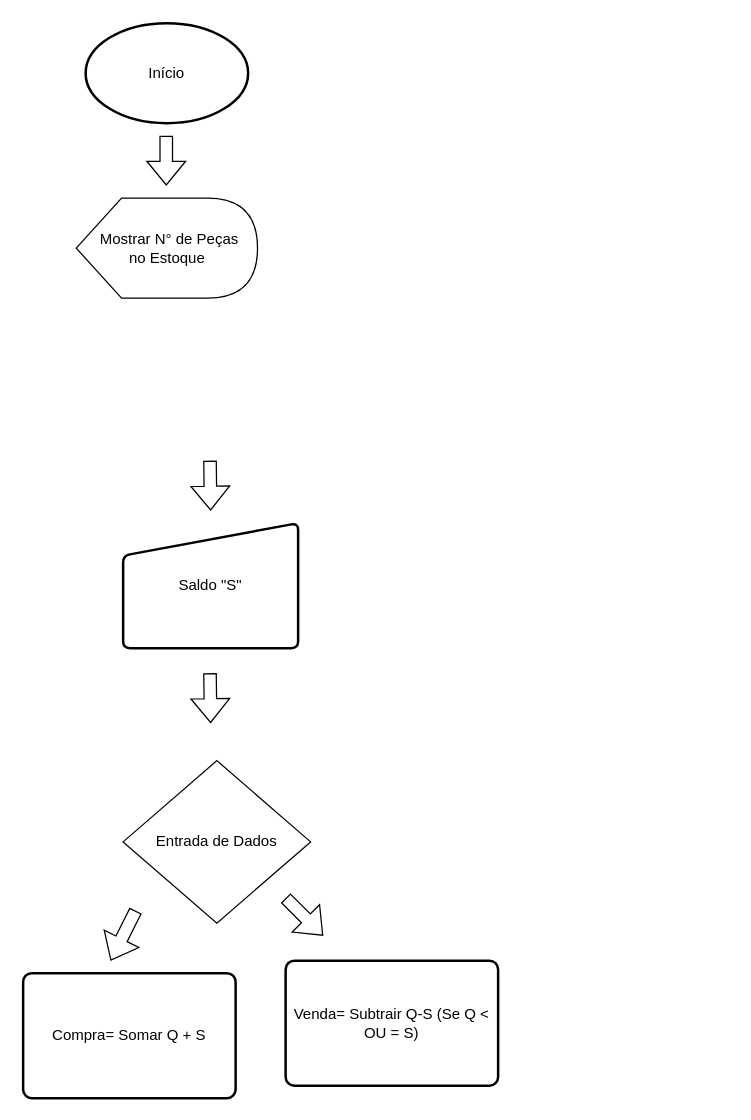
This is page "Página-1" (1 of 2) of Diagrama sem nome.drawio from Ins1d3r8/Primeiro-Algor-tmo, a draw.io file, before an edit. Source tidied: cells renumbered, new cells numbered last; positions are measured from the earlier drawing's top-left corner, leaving out a move shared by most shapes. Both pictures are drawn from the tidied source at 125%, with x=0, y=0 at pixel (22, 22).
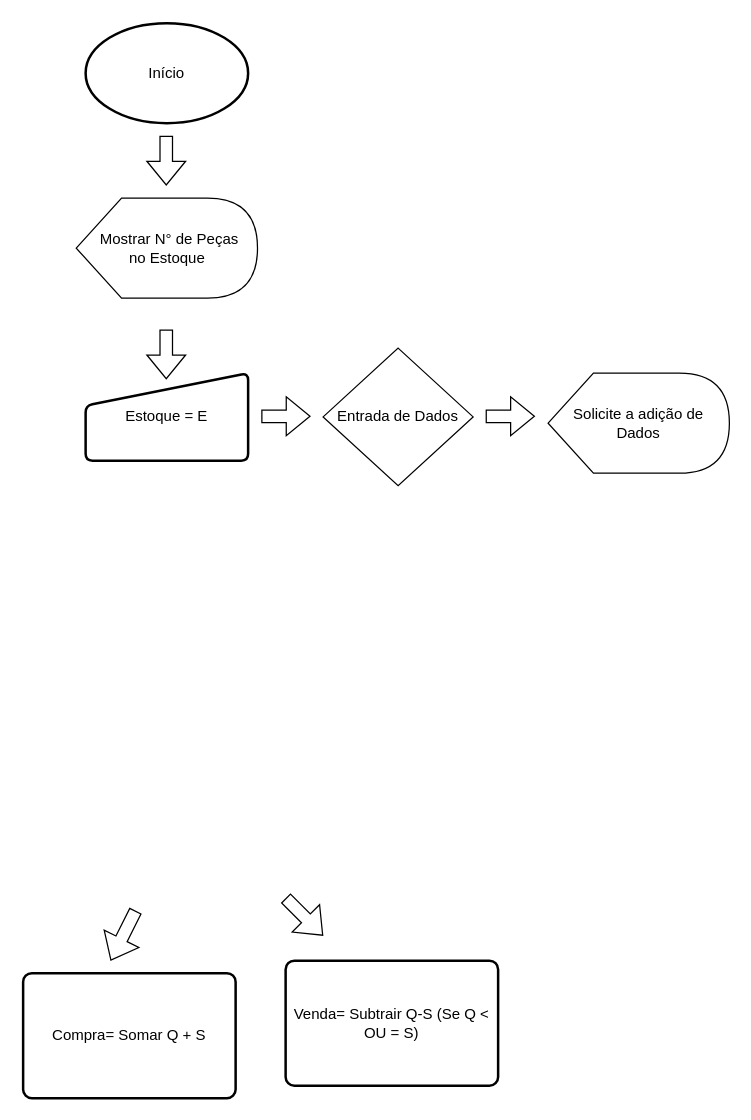
The same page after the edit.

What changed in the source:
```diff
@@
-    <mxCell id="3" value="Saldo &quot;S&quot;" style="html=1;strokeWidth=2;shape=manualInput;whiteSpace=wrap;rounded=1;size=26;arcSize=11;" parent="1" vertex="1">
-      <mxGeometry x="80" y="400" width="140" height="100" as="geometry" />
+    <mxCell id="3" value="Estoque = E" style="html=1;strokeWidth=2;shape=manualInput;whiteSpace=wrap;rounded=1;size=26;arcSize=11;" parent="1" vertex="1">
+      <mxGeometry x="50" y="280" width="130" height="70" as="geometry" />
     </mxCell>
-    <mxCell id="4" style="shape=flexArrow;endArrow=classic;html=1;rounded=0;" parent="1" edge="1">
-      <mxGeometry relative="1" as="geometry">
-        <mxPoint x="149.5" y="350" as="sourcePoint" />
-        <mxPoint x="150" y="390" as="targetPoint" />
-      </mxGeometry>
-    </mxCell>
@@
     <mxCell id="6" style="shape=flexArrow;endArrow=classic;html=1;rounded=0;" parent="1" edge="1">
       <mxGeometry relative="1" as="geometry">
-        <mxPoint x="149.5" y="520" as="sourcePoint" />
-        <mxPoint x="150" y="560" as="targetPoint" />
+        <mxPoint x="190.5" y="314.5" as="sourcePoint" />
+        <mxPoint x="230" y="314.5" as="targetPoint" />
       </mxGeometry>
     </mxCell>
     <mxCell id="7" value="Entrada de Dados" style="rhombus;whiteSpace=wrap;html=1;" parent="1" vertex="1">
-      <mxGeometry x="80" y="590" width="150" height="130" as="geometry" />
+      <mxGeometry x="240" y="260" width="120" height="110" as="geometry" />
     </mxCell>
@@
+    <mxCell id="13" style="shape=flexArrow;endArrow=classic;html=1;rounded=0;" parent="1" edge="1">
+      <mxGeometry relative="1" as="geometry">
+        <mxPoint x="114.5" y="245" as="sourcePoint" />
+        <mxPoint x="114.5" y="285" as="targetPoint" />
+      </mxGeometry>
+    </mxCell>
+    <mxCell id="14" style="shape=flexArrow;endArrow=classic;html=1;rounded=0;" parent="1" edge="1">
+      <mxGeometry relative="1" as="geometry">
+        <mxPoint x="370" y="314.5" as="sourcePoint" />
+        <mxPoint x="409.5" y="314.5" as="targetPoint" />
+      </mxGeometry>
+    </mxCell>
+    <mxCell id="15" value="&lt;div&gt;Solicite a adição de&lt;/div&gt;&lt;div&gt;Dados&lt;/div&gt;" style="shape=display;whiteSpace=wrap;html=1;" parent="1" vertex="1">
+      <mxGeometry x="420" y="280" width="145" height="80" as="geometry" />
+    </mxCell>
```
